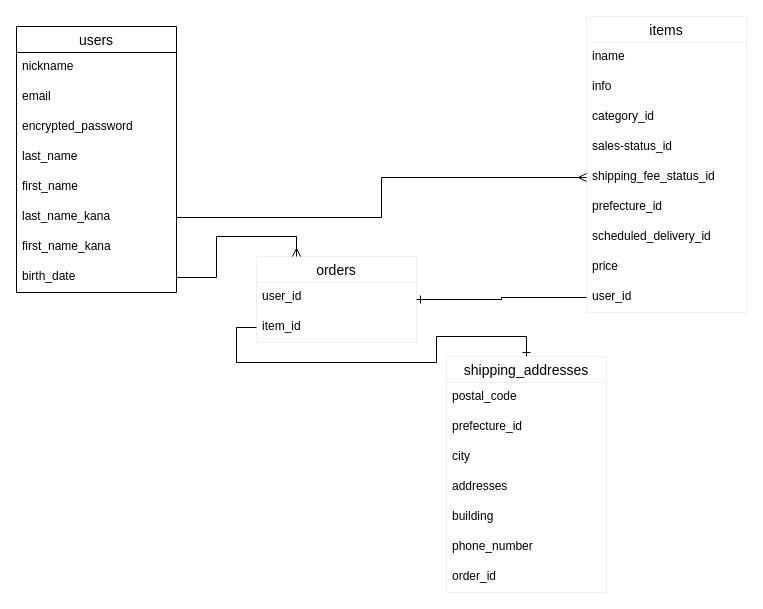
sachifranziska/furima-37114 keeps this draw.io diagram as ER.dio. Above is the earlier version. Source tidied: cells renumbered, new cells numbered last; positions are measured from the earlier drawing's top-left corner, leaving out a move shared by most shapes. Both pictures are drawn from the tidied source at 100%, with x=0, y=0 at pixel (16, 16).
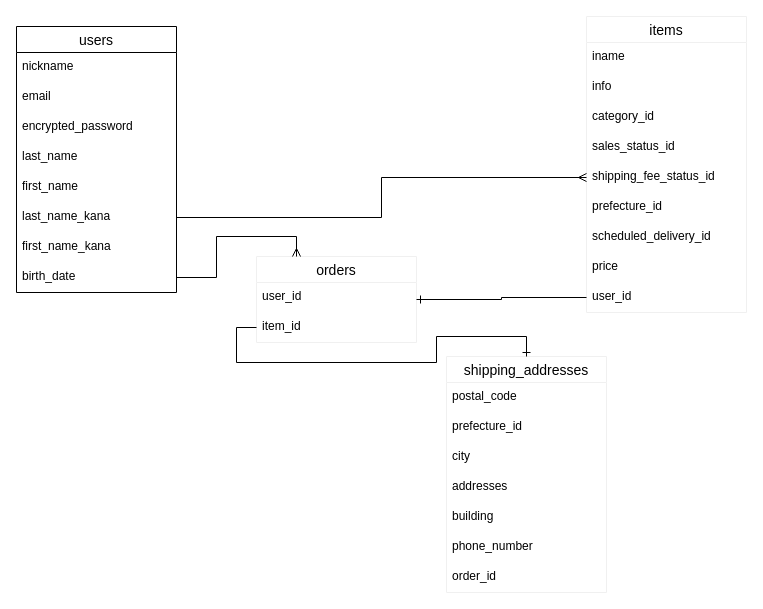
Above is the later version.

The change refers to these unchanged cells:
```xml
<mxCell id="11" value="items" style="swimlane;fontStyle=0;horizontal=1;startSize=26;align=center;fontSize=14;strokeColor=#f0f0f0;" parent="1" vertex="1">
  <mxGeometry x="570" width="160" height="296" as="geometry" />
</mxCell>
```

Diff of the diagram source:
```diff
@@
-    <mxCell id="15" value="sales-status_id" style="text;strokeColor=none;fillColor=none;spacingLeft=4;spacingRight=4;overflow=hidden;fontSize=12;" parent="11" vertex="1">
+    <mxCell id="15" value="sales_status_id" style="text;strokeColor=none;fillColor=none;spacingLeft=4;spacingRight=4;overflow=hidden;fontSize=12;" parent="11" vertex="1">
       <mxGeometry y="116" width="160" height="30" as="geometry" />
     </mxCell>
```
